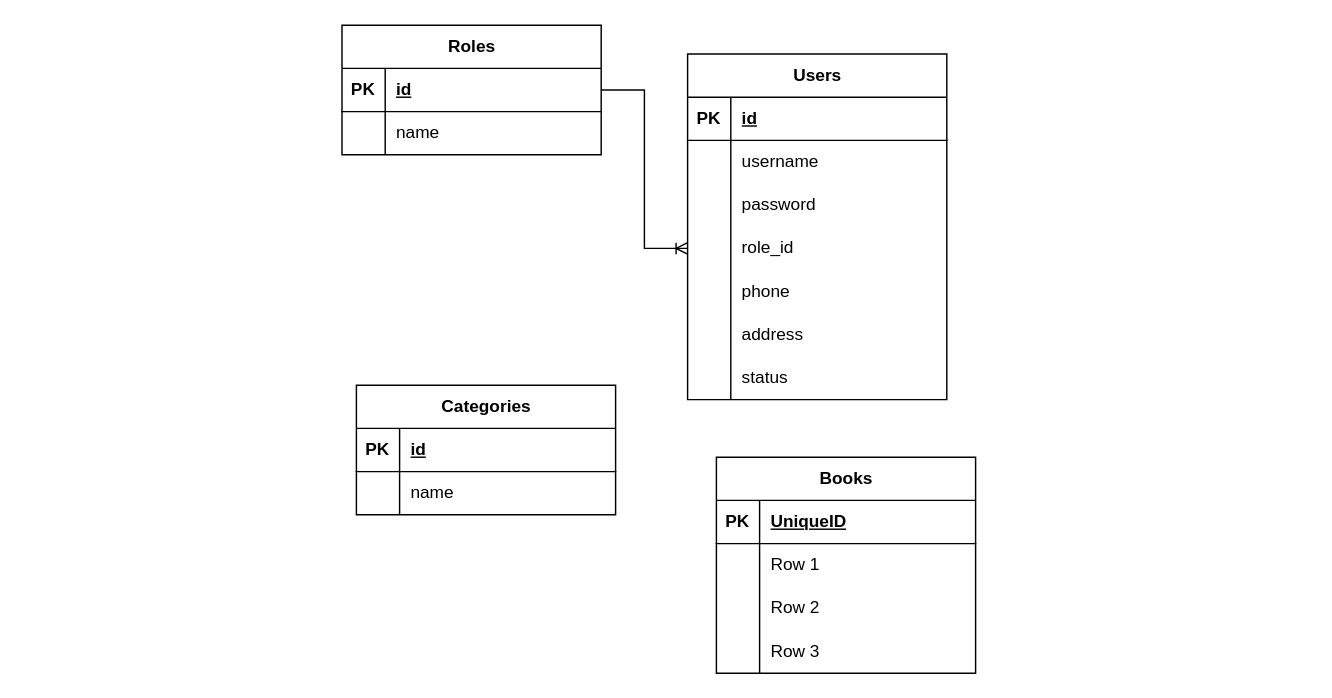
Above: Peminjaman Buku.drawio in AnnisahF/peminjamanbuku (draw.io), before the change. Source tidied: cells renumbered, new cells numbered last; positions are measured from the earlier drawing's top-left corner, leaving out a move shared by most shapes. Both pictures are drawn from the tidied source at 144%, with x=0, y=0 at pixel (341, 24).
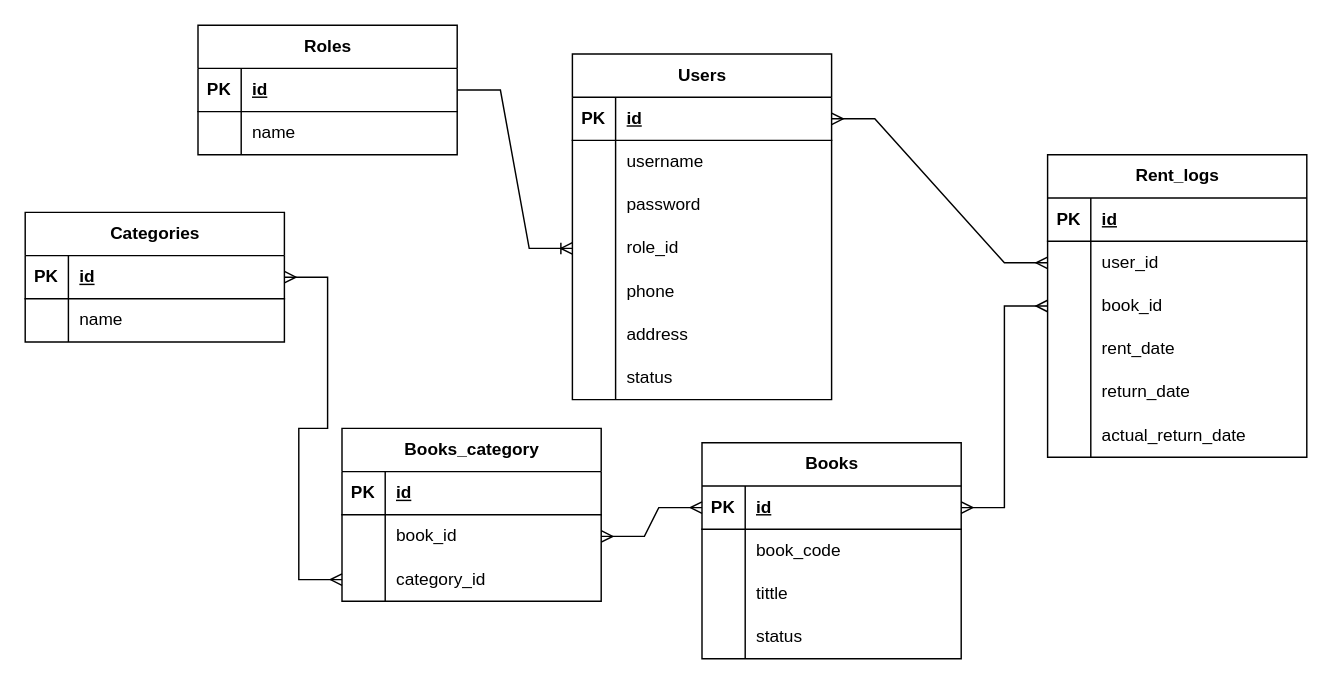
Above is the later version.

The change refers to these unchanged cells:
```xml
<mxCell id="3" style="shape=tableRow;horizontal=0;startSize=0;swimlaneHead=0;swimlaneBody=0;fillColor=none;points=[[0,0.5],[1,0.5]];portConstraint=eastwest;top=0;left=0;right=0;bottom=1;" parent="2" vertex="1">
  <mxGeometry y="30" width="180" height="30" as="geometry" />
</mxCell>
<mxCell id="10" style="shape=tableRow;horizontal=0;startSize=0;swimlaneHead=0;swimlaneBody=0;fillColor=none;points=[[0,0.5],[1,0.5]];portConstraint=eastwest;top=0;left=0;right=0;bottom=1;" parent="9" vertex="1">
  <mxGeometry y="30" width="180" height="30" as="geometry" />
</mxCell>
<mxCell id="19" style="shape=tableRow;horizontal=0;startSize=0;swimlaneHead=0;swimlaneBody=0;fillColor=none;points=[[0,0.5],[1,0.5]];portConstraint=eastwest;top=0;left=0;right=0;bottom=0;" parent="9" vertex="1">
  <mxGeometry y="120" width="180" height="30" as="geometry" />
</mxCell>
<mxCell id="33" style="shape=tableRow;horizontal=0;startSize=0;swimlaneHead=0;swimlaneBody=0;fillColor=none;points=[[0,0.5],[1,0.5]];portConstraint=eastwest;top=0;left=0;right=0;bottom=1;" parent="32" vertex="1">
  <mxGeometry y="30" width="180" height="30" as="geometry" />
</mxCell>
<mxCell id="40" style="shape=tableRow;horizontal=0;startSize=0;swimlaneHead=0;swimlaneBody=0;fillColor=none;points=[[0,0.5],[1,0.5]];portConstraint=eastwest;top=0;left=0;right=0;bottom=1;" parent="39" vertex="1">
  <mxGeometry y="30" width="180" height="30" as="geometry" />
</mxCell>
<mxCell id="43" style="shape=tableRow;horizontal=0;startSize=0;swimlaneHead=0;swimlaneBody=0;fillColor=none;top=0;left=0;right=0;bottom=0;" parent="39" vertex="1">
  <mxGeometry y="60" width="180" height="30" as="geometry" />
</mxCell>
<mxCell id="46" style="shape=tableRow;horizontal=0;startSize=0;swimlaneHead=0;swimlaneBody=0;fillColor=none;top=0;left=0;right=0;bottom=0;" parent="39" vertex="1">
  <mxGeometry y="90" width="180" height="30" as="geometry" />
</mxCell>
<mxCell id="49" style="shape=tableRow;horizontal=0;startSize=0;swimlaneHead=0;swimlaneBody=0;fillColor=none;top=0;left=0;right=0;bottom=0;" parent="39" vertex="1">
  <mxGeometry y="120" width="180" height="30" as="geometry" />
</mxCell>
```

Diff of the diagram source:
```diff
@@
     <mxCell id="2" value="Roles" style="shape=table;startSize=30;childLayout=tableLayout;rowLines=0;fontStyle=1;align=center;html=1;" parent="1" vertex="1">
-      <mxGeometry width="180" height="90" as="geometry" />
+      <mxGeometry x="-100" width="180" height="90" as="geometry" />
     </mxCell>
@@
     <mxCell id="9" value="Users" style="shape=table;startSize=30;childLayout=tableLayout;rowLines=0;fontStyle=1;align=center;html=1;" parent="1" vertex="1">
-      <mxGeometry x="240" y="20" width="180" height="240" as="geometry" />
+      <mxGeometry x="160" y="20" width="180" height="240" as="geometry" />
     </mxCell>
@@
-    <mxCell id="31" style="edgeStyle=entityRelationEdgeStyle;fontSize=12;html=1;endArrow=ERoneToMany;rounded=0;" parent="1" edge="1" source="3" target="19">
+    <mxCell id="31" style="edgeStyle=entityRelationEdgeStyle;fontSize=12;html=1;endArrow=ERoneToMany;rounded=0;entryX=0;entryY=0.5;entryDx=0;entryDy=0;" parent="1" edge="1" source="3" target="19">
       <mxGeometry relative="1" as="geometry" />
     </mxCell>
     <mxCell id="32" value="Categories" style="shape=table;startSize=30;childLayout=tableLayout;rowLines=0;fontStyle=1;align=center;html=1;" parent="1" vertex="1">
-      <mxGeometry x="10" y="250" width="180" height="90" as="geometry" />
+      <mxGeometry x="-220" y="130" width="180" height="90" as="geometry" />
     </mxCell>
@@
     <mxCell id="39" value="Books" style="shape=table;startSize=30;childLayout=tableLayout;rowLines=0;fontStyle=1;align=center;html=1;" parent="1" vertex="1">
-      <mxGeometry x="260" y="300" width="180" height="150" as="geometry" />
+      <mxGeometry x="250" y="290" width="180" height="150" as="geometry" />
     </mxCell>
@@
-    <mxCell id="42" value="UniqueID" style="shape=partialRectangle;fillColor=none;top=0;left=0;bottom=0;right=0;align=left;spacingLeft=6;fontStyle=5;overflow=hidden;whiteSpace=wrap;html=1;" parent="40" vertex="1">
+    <mxCell id="42" value="id" style="shape=partialRectangle;fillColor=none;top=0;left=0;bottom=0;right=0;align=left;spacingLeft=6;fontStyle=5;overflow=hidden;whiteSpace=wrap;html=1;" parent="40" vertex="1">
       <mxGeometry x="30" width="150" height="30" as="geometry" />
     </mxCell>
@@
-    <mxCell id="45" value="Row 1" style="shape=partialRectangle;fillColor=none;top=0;left=0;bottom=0;right=0;align=left;spacingLeft=6;overflow=hidden;whiteSpace=wrap;html=1;" parent="43" vertex="1">
+    <mxCell id="45" value="book_code" style="shape=partialRectangle;fillColor=none;top=0;left=0;bottom=0;right=0;align=left;spacingLeft=6;overflow=hidden;whiteSpace=wrap;html=1;" parent="43" vertex="1">
       <mxGeometry x="30" width="150" height="30" as="geometry" />
     </mxCell>
@@
-    <mxCell id="48" value="Row 2" style="shape=partialRectangle;fillColor=none;top=0;left=0;bottom=0;right=0;align=left;spacingLeft=6;overflow=hidden;whiteSpace=wrap;html=1;" parent="46" vertex="1">
+    <mxCell id="48" value="tittle" style="shape=partialRectangle;fillColor=none;top=0;left=0;bottom=0;right=0;align=left;spacingLeft=6;overflow=hidden;whiteSpace=wrap;html=1;" parent="46" vertex="1">
       <mxGeometry x="30" width="150" height="30" as="geometry" />
     </mxCell>
@@
-    <mxCell id="51" value="Row 3" style="shape=partialRectangle;fillColor=none;top=0;left=0;bottom=0;right=0;align=left;spacingLeft=6;overflow=hidden;whiteSpace=wrap;html=1;" parent="49" vertex="1">
+    <mxCell id="51" value="status" style="shape=partialRectangle;fillColor=none;top=0;left=0;bottom=0;right=0;align=left;spacingLeft=6;overflow=hidden;whiteSpace=wrap;html=1;" parent="49" vertex="1">
       <mxGeometry x="30" width="150" height="30" as="geometry" />
     </mxCell>
+    <mxCell id="52" value="Books_category" style="shape=table;startSize=30;childLayout=tableLayout;rowLines=0;fontStyle=1;align=center;html=1;" parent="1" vertex="1">
+      <mxGeometry y="280" width="180" height="120" as="geometry" />
+    </mxCell>
+    <mxCell id="53" style="shape=tableRow;horizontal=0;startSize=0;swimlaneHead=0;swimlaneBody=0;fillColor=none;top=0;left=0;right=0;bottom=1;" parent="52" vertex="1">
+      <mxGeometry y="30" width="180" height="30" as="geometry" />
+    </mxCell>
+    <mxCell id="54" value="PK" style="shape=partialRectangle;fillColor=none;top=0;left=0;bottom=0;right=0;fontStyle=1;overflow=hidden;whiteSpace=wrap;html=1;" parent="53" vertex="1">
+      <mxGeometry width="30" height="30" as="geometry" />
+    </mxCell>
+    <mxCell id="55" value="id" style="shape=partialRectangle;fillColor=none;top=0;left=0;bottom=0;right=0;align=left;spacingLeft=6;fontStyle=5;overflow=hidden;whiteSpace=wrap;html=1;" parent="53" vertex="1">
+      <mxGeometry x="30" width="150" height="30" as="geometry" />
+    </mxCell>
+    <mxCell id="56" style="shape=tableRow;horizontal=0;startSize=0;swimlaneHead=0;swimlaneBody=0;fillColor=none;points=[[0,0.5],[1,0.5]];portConstraint=eastwest;top=0;left=0;right=0;bottom=0;" parent="52" vertex="1">
+      <mxGeometry y="60" width="180" height="30" as="geometry" />
+    </mxCell>
+    <mxCell id="57" style="shape=partialRectangle;fillColor=none;top=0;left=0;bottom=0;right=0;overflow=hidden;whiteSpace=wrap;html=1;" parent="56" vertex="1">
+      <mxGeometry width="30" height="30" as="geometry" />
+    </mxCell>
+    <mxCell id="58" value="book_id" style="shape=partialRectangle;fillColor=none;top=0;left=0;bottom=0;right=0;align=left;spacingLeft=6;overflow=hidden;whiteSpace=wrap;html=1;" parent="56" vertex="1">
+      <mxGeometry x="30" width="150" height="30" as="geometry" />
+    </mxCell>
+    <mxCell id="59" style="shape=tableRow;horizontal=0;startSize=0;swimlaneHead=0;swimlaneBody=0;fillColor=none;points=[[0,0.5],[1,0.5]];portConstraint=eastwest;top=0;left=0;right=0;bottom=0;" parent="52" vertex="1">
+      <mxGeometry y="90" width="180" height="30" as="geometry" />
+    </mxCell>
+    <mxCell id="60" style="shape=partialRectangle;fillColor=none;top=0;left=0;bottom=0;right=0;overflow=hidden;whiteSpace=wrap;html=1;" parent="59" vertex="1">
+      <mxGeometry width="30" height="30" as="geometry" />
+    </mxCell>
+    <mxCell id="61" value="category_id" style="shape=partialRectangle;fillColor=none;top=0;left=0;bottom=0;right=0;align=left;spacingLeft=6;overflow=hidden;whiteSpace=wrap;html=1;" parent="59" vertex="1">
+      <mxGeometry x="30" width="150" height="30" as="geometry" />
+    </mxCell>
+    <mxCell id="62" style="edgeStyle=entityRelationEdgeStyle;fontSize=12;html=1;endArrow=ERmany;startArrow=ERmany;rounded=0;" parent="1" edge="1" source="56" target="40">
+      <mxGeometry relative="1" as="geometry" />
+    </mxCell>
+    <mxCell id="63" style="edgeStyle=entityRelationEdgeStyle;fontSize=12;html=1;endArrow=ERmany;startArrow=ERmany;rounded=0;" parent="1" edge="1" source="59" target="33">
+      <mxGeometry relative="1" as="geometry">
+        <Array as="points">
+          <mxPoint x="30" y="320" />
+        </Array>
+      </mxGeometry>
+    </mxCell>
+    <mxCell id="64" value="Rent_logs" style="shape=table;startSize=30;childLayout=tableLayout;rowLines=0;fontStyle=1;align=center;html=1;" parent="1" vertex="1">
+      <mxGeometry x="490" y="90" width="180" height="210" as="geometry" />
+    </mxCell>
+    <mxCell id="65" style="shape=tableRow;horizontal=0;startSize=0;swimlaneHead=0;swimlaneBody=0;fillColor=none;top=0;left=0;right=0;bottom=1;" parent="64" vertex="1">
+      <mxGeometry y="30" width="180" height="30" as="geometry" />
+    </mxCell>
+    <mxCell id="66" value="PK" style="shape=partialRectangle;fillColor=none;top=0;left=0;bottom=0;right=0;fontStyle=1;overflow=hidden;whiteSpace=wrap;html=1;" parent="65" vertex="1">
+      <mxGeometry width="30" height="30" as="geometry" />
+    </mxCell>
+    <mxCell id="67" value="id" style="shape=partialRectangle;fillColor=none;top=0;left=0;bottom=0;right=0;align=left;spacingLeft=6;fontStyle=5;overflow=hidden;whiteSpace=wrap;html=1;" parent="65" vertex="1">
+      <mxGeometry x="30" width="150" height="30" as="geometry" />
+    </mxCell>
+    <mxCell id="68" style="shape=tableRow;horizontal=0;startSize=0;swimlaneHead=0;swimlaneBody=0;fillColor=none;points=[[0,0.5],[1,0.5]];portConstraint=eastwest;top=0;left=0;right=0;bottom=0;" parent="64" vertex="1">
+      <mxGeometry y="60" width="180" height="30" as="geometry" />
+    </mxCell>
+    <mxCell id="69" style="shape=partialRectangle;fillColor=none;top=0;left=0;bottom=0;right=0;overflow=hidden;whiteSpace=wrap;html=1;" parent="68" vertex="1">
+      <mxGeometry width="30" height="30" as="geometry" />
+    </mxCell>
+    <mxCell id="70" value="user_id" style="shape=partialRectangle;fillColor=none;top=0;left=0;bottom=0;right=0;align=left;spacingLeft=6;overflow=hidden;whiteSpace=wrap;html=1;" parent="68" vertex="1">
+      <mxGeometry x="30" width="150" height="30" as="geometry" />
+    </mxCell>
+    <mxCell id="71" style="shape=tableRow;horizontal=0;startSize=0;swimlaneHead=0;swimlaneBody=0;fillColor=none;points=[[0,0.5],[1,0.5]];portConstraint=eastwest;top=0;left=0;right=0;bottom=0;" parent="64" vertex="1">
+      <mxGeometry y="90" width="180" height="30" as="geometry" />
+    </mxCell>
+    <mxCell id="72" style="shape=partialRectangle;fillColor=none;top=0;left=0;bottom=0;right=0;overflow=hidden;whiteSpace=wrap;html=1;" parent="71" vertex="1">
+      <mxGeometry width="30" height="30" as="geometry" />
+    </mxCell>
+    <mxCell id="73" value="book_id" style="shape=partialRectangle;fillColor=none;top=0;left=0;bottom=0;right=0;align=left;spacingLeft=6;overflow=hidden;whiteSpace=wrap;html=1;" parent="71" vertex="1">
+      <mxGeometry x="30" width="150" height="30" as="geometry" />
+    </mxCell>
+    <mxCell id="74" style="shape=tableRow;horizontal=0;startSize=0;swimlaneHead=0;swimlaneBody=0;fillColor=none;top=0;left=0;right=0;bottom=0;" parent="64" vertex="1">
+      <mxGeometry y="120" width="180" height="30" as="geometry" />
+    </mxCell>
+    <mxCell id="75" style="shape=partialRectangle;fillColor=none;top=0;left=0;bottom=0;right=0;overflow=hidden;whiteSpace=wrap;html=1;" parent="74" vertex="1">
+      <mxGeometry width="30" height="30" as="geometry" />
+    </mxCell>
+    <mxCell id="76" value="rent_date" style="shape=partialRectangle;fillColor=none;top=0;left=0;bottom=0;right=0;align=left;spacingLeft=6;overflow=hidden;whiteSpace=wrap;html=1;" parent="74" vertex="1">
+      <mxGeometry x="30" width="150" height="30" as="geometry" />
+    </mxCell>
+    <mxCell id="77" style="shape=tableRow;horizontal=0;startSize=0;swimlaneHead=0;swimlaneBody=0;fillColor=none;top=0;left=0;right=0;bottom=0;" parent="64" vertex="1">
+      <mxGeometry y="150" width="180" height="30" as="geometry" />
+    </mxCell>
+    <mxCell id="78" style="shape=partialRectangle;fillColor=none;top=0;left=0;bottom=0;right=0;overflow=hidden;whiteSpace=wrap;html=1;" parent="77" vertex="1">
+      <mxGeometry width="30" height="30" as="geometry" />
+    </mxCell>
+    <mxCell id="79" value="return_date" style="shape=partialRectangle;fillColor=none;top=0;left=0;bottom=0;right=0;align=left;spacingLeft=6;overflow=hidden;whiteSpace=wrap;html=1;" parent="77" vertex="1">
+      <mxGeometry x="30" width="150" height="30" as="geometry" />
+    </mxCell>
+    <mxCell id="80" style="shape=tableRow;horizontal=0;startSize=0;swimlaneHead=0;swimlaneBody=0;fillColor=none;top=0;left=0;right=0;bottom=0;" parent="64" vertex="1">
+      <mxGeometry y="180" width="180" height="30" as="geometry" />
+    </mxCell>
+    <mxCell id="81" style="shape=partialRectangle;fillColor=none;top=0;left=0;bottom=0;right=0;overflow=hidden;whiteSpace=wrap;html=1;" parent="80" vertex="1">
+      <mxGeometry width="30" height="30" as="geometry" />
+    </mxCell>
+    <mxCell id="82" value="actual_return_date" style="shape=partialRectangle;fillColor=none;top=0;left=0;bottom=0;right=0;align=left;spacingLeft=6;overflow=hidden;whiteSpace=wrap;html=1;" parent="80" vertex="1">
+      <mxGeometry x="30" width="150" height="30" as="geometry" />
+    </mxCell>
+    <mxCell id="83" style="edgeStyle=entityRelationEdgeStyle;fontSize=12;html=1;endArrow=ERmany;startArrow=ERmany;rounded=0;entryX=0;entryY=0.5;entryDx=0;entryDy=0;" parent="1" edge="1" source="40" target="71">
+      <mxGeometry relative="1" as="geometry" />
+    </mxCell>
+    <mxCell id="84" style="edgeStyle=entityRelationEdgeStyle;fontSize=12;html=1;endArrow=ERmany;startArrow=ERmany;rounded=0;entryX=0;entryY=0.5;entryDx=0;entryDy=0;" parent="1" edge="1" source="10" target="68">
+      <mxGeometry relative="1" as="geometry" />
+    </mxCell>
```
